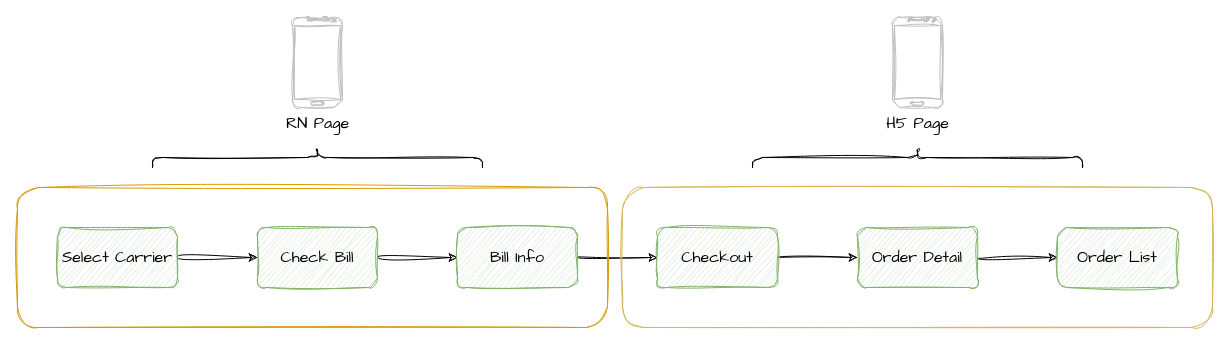
Darkindom/draw-the-diagrams keeps this draw.io diagram as page "bill config 拆分" (12 of 12) of CDN优化.drawio. Above is the earlier version. Source tidied: cells renumbered, new cells numbered last; positions are measured from the earlier drawing's top-left corner, leaving out a move shared by most shapes. Both pictures are drawn from the tidied source at 100%, with x=0, y=0 at pixel (17, -8).
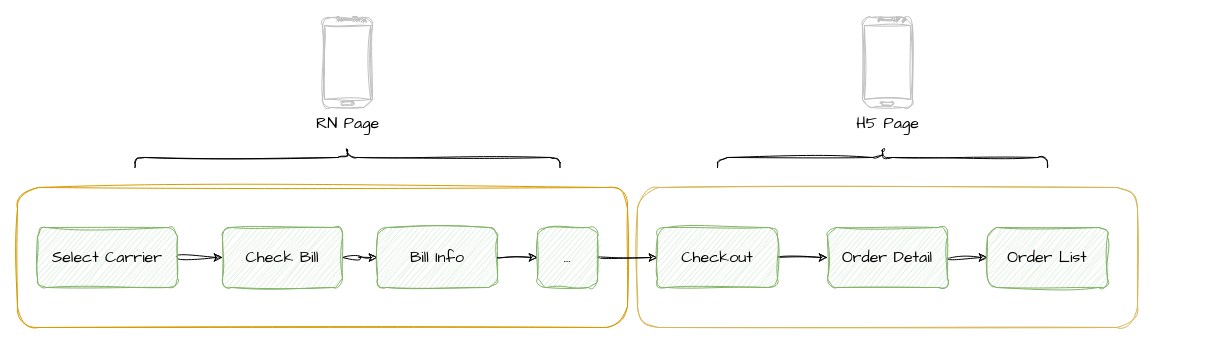
The same diagram, later.

Unchanged cells that the change refers to:
```xml
<mxCell id="9" value="Checkout" style="rounded=1;whiteSpace=wrap;html=1;sketch=1;hachureGap=4;jiggle=2;curveFitting=1;fontFamily=Architects Daughter;fontSize=16;fillColor=#d5e8d4;strokeColor=#82b366;" parent="1" vertex="1">
  <mxGeometry x="640" y="235" width="120" height="60" as="geometry" />
</mxCell>
```

What changed in the source:
```diff
@@
+    <mxCell id="14" style="rounded=1;whiteSpace=wrap;html=1;sketch=1;hachureGap=4;jiggle=2;curveFitting=1;fontFamily=Architects Daughter;fontSize=16;fillColor=none;strokeColor=#d6b656;" parent="1" vertex="1">
+      <mxGeometry x="620" y="195" width="500" height="140" as="geometry" />
+    </mxCell>
+    <mxCell id="13" style="rounded=1;whiteSpace=wrap;html=1;sketch=1;hachureGap=4;jiggle=2;curveFitting=1;fontFamily=Architects Daughter;fontSize=16;fillColor=none;strokeColor=#d79b00;" parent="1" vertex="1">
+      <mxGeometry y="195" width="610" height="140" as="geometry" />
+    </mxCell>
@@
     <mxCell id="3" value="Select Carrier" style="rounded=1;whiteSpace=wrap;html=1;sketch=1;hachureGap=4;jiggle=2;curveFitting=1;fontFamily=Architects Daughter;fontSize=16;fillColor=#d5e8d4;strokeColor=#82b366;" parent="1" vertex="1">
-      <mxGeometry x="40" y="235" width="120" height="60" as="geometry" />
+      <mxGeometry x="20" y="235" width="140" height="60" as="geometry" />
     </mxCell>
@@
     <mxCell id="5" value="Check Bill" style="rounded=1;whiteSpace=wrap;html=1;sketch=1;hachureGap=4;jiggle=2;curveFitting=1;fontFamily=Architects Daughter;fontSize=16;fillColor=#d5e8d4;strokeColor=#82b366;" parent="1" vertex="1">
-      <mxGeometry x="240" y="235" width="120" height="60" as="geometry" />
+      <mxGeometry x="205" y="235" width="120" height="60" as="geometry" />
     </mxCell>
-    <mxCell id="6" style="edgeStyle=orthogonalEdgeStyle;shape=connector;curved=1;rounded=0;sketch=1;hachureGap=4;jiggle=2;curveFitting=1;jettySize=auto;html=1;labelBackgroundColor=default;strokeColor=default;fontFamily=Architects Daughter;fontSize=16;fontColor=default;endArrow=classic;" parent="1" edge="1" source="7" target="9">
+    <mxCell id="6" style="edgeStyle=orthogonalEdgeStyle;shape=connector;curved=1;rounded=0;sketch=1;hachureGap=4;jiggle=2;curveFitting=1;jettySize=auto;html=1;labelBackgroundColor=default;strokeColor=default;fontFamily=Architects Daughter;fontSize=16;fontColor=default;endArrow=classic;" parent="1" edge="1" source="20" target="9">
       <mxGeometry relative="1" as="geometry" />
     </mxCell>
     <mxCell id="7" value="Bill Info" style="rounded=1;whiteSpace=wrap;html=1;sketch=1;hachureGap=4;jiggle=2;curveFitting=1;fontFamily=Architects Daughter;fontSize=16;fillColor=#d5e8d4;strokeColor=#82b366;" parent="1" vertex="1">
-      <mxGeometry x="440" y="235" width="120" height="60" as="geometry" />
+      <mxGeometry x="360" y="235" width="120" height="60" as="geometry" />
     </mxCell>
@@
     <mxCell id="11" value="Order Detail" style="rounded=1;whiteSpace=wrap;html=1;sketch=1;hachureGap=4;jiggle=2;curveFitting=1;fontFamily=Architects Daughter;fontSize=16;fillColor=#d5e8d4;strokeColor=#82b366;" parent="1" vertex="1">
-      <mxGeometry x="840" y="235" width="120" height="60" as="geometry" />
+      <mxGeometry x="810" y="235" width="120" height="60" as="geometry" />
     </mxCell>
     <mxCell id="12" value="Order List" style="rounded=1;whiteSpace=wrap;html=1;sketch=1;hachureGap=4;jiggle=2;curveFitting=1;fontFamily=Architects Daughter;fontSize=16;fillColor=#d5e8d4;strokeColor=#82b366;" parent="1" vertex="1">
-      <mxGeometry x="1040" y="235" width="120" height="60" as="geometry" />
+      <mxGeometry x="970" y="235" width="120" height="60" as="geometry" />
     </mxCell>
-    <mxCell id="13" style="rounded=1;whiteSpace=wrap;html=1;sketch=1;hachureGap=4;jiggle=2;curveFitting=1;fontFamily=Architects Daughter;fontSize=16;fillColor=none;strokeColor=#d79b00;" parent="1" vertex="1">
-      <mxGeometry y="195" width="590" height="140" as="geometry" />
-    </mxCell>
-    <mxCell id="14" style="rounded=1;whiteSpace=wrap;html=1;sketch=1;hachureGap=4;jiggle=2;curveFitting=1;fontFamily=Architects Daughter;fontSize=16;fillColor=none;strokeColor=#d6b656;" parent="1" vertex="1">
-      <mxGeometry x="605" y="195" width="590" height="140" as="geometry" />
-    </mxCell>
     <mxCell id="15" value="RN Page" style="verticalLabelPosition=bottom;verticalAlign=top;html=1;shadow=0;dashed=0;strokeWidth=1;shape=mxgraph.android.phone2;strokeColor=#c0c0c0;sketch=1;hachureGap=4;jiggle=2;curveFitting=1;fontFamily=Architects Daughter;fontSize=16;fontColor=default;" parent="1" vertex="1">
-      <mxGeometry x="275" y="25" width="50" height="90" as="geometry" />
+      <mxGeometry x="305" y="25" width="50" height="90" as="geometry" />
     </mxCell>
     <mxCell id="16" value="H5 Page" style="verticalLabelPosition=bottom;verticalAlign=top;html=1;shadow=0;dashed=0;strokeWidth=1;shape=mxgraph.android.phone2;strokeColor=#c0c0c0;sketch=1;hachureGap=4;jiggle=2;curveFitting=1;fontFamily=Architects Daughter;fontSize=16;fontColor=default;" parent="1" vertex="1">
-      <mxGeometry x="875" y="25" width="50" height="90" as="geometry" />
+      <mxGeometry x="845" y="25" width="50" height="90" as="geometry" />
     </mxCell>
     <mxCell id="17" style="shape=curlyBracket;whiteSpace=wrap;html=1;rounded=1;labelPosition=left;verticalLabelPosition=middle;align=right;verticalAlign=middle;sketch=1;hachureGap=4;jiggle=2;curveFitting=1;fontFamily=Architects Daughter;fontSize=16;fontColor=default;rotation=90;" parent="1" vertex="1">
-      <mxGeometry x="290" width="20" height="330" as="geometry" />
+      <mxGeometry x="320" y="-47.5" width="20" height="425" as="geometry" />
     </mxCell>
     <mxCell id="18" style="shape=curlyBracket;whiteSpace=wrap;html=1;rounded=1;labelPosition=left;verticalLabelPosition=middle;align=right;verticalAlign=middle;sketch=1;hachureGap=4;jiggle=2;curveFitting=1;fontFamily=Architects Daughter;fontSize=16;fontColor=default;rotation=90;" parent="1" vertex="1">
-      <mxGeometry x="890" width="20" height="330" as="geometry" />
+      <mxGeometry x="855" width="20" height="330" as="geometry" />
     </mxCell>
+    <mxCell id="19" style="edgeStyle=orthogonalEdgeStyle;shape=connector;curved=1;rounded=0;sketch=1;hachureGap=4;jiggle=2;curveFitting=1;jettySize=auto;html=1;labelBackgroundColor=default;strokeColor=default;fontFamily=Architects Daughter;fontSize=16;fontColor=default;endArrow=classic;" parent="1" edge="1" source="7" target="20">
+      <mxGeometry relative="1" as="geometry" />
+    </mxCell>
+    <mxCell id="20" value="..." style="rounded=1;whiteSpace=wrap;html=1;sketch=1;hachureGap=4;jiggle=2;curveFitting=1;fontFamily=Architects Daughter;fontSize=16;fillColor=#d5e8d4;strokeColor=#82b366;" parent="1" vertex="1">
+      <mxGeometry x="520" y="235" width="60" height="60" as="geometry" />
+    </mxCell>
```
